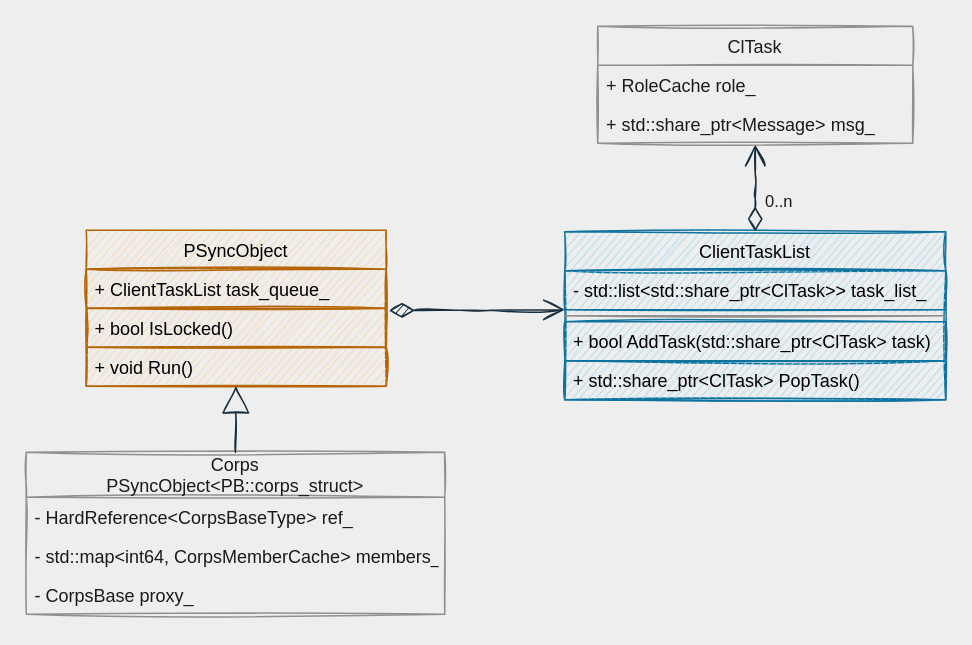
The draw.io diagram page "第 4 页" (4 of 5) of Untitled Diagram.drawio in hsoul/lqua, before the edit. Source tidied: cells renumbered, new cells numbered last; positions are measured from the earlier drawing's top-left corner, leaving out a move shared by most shapes. Both pictures are drawn from the tidied source at 150%, with x=0, y=0 at pixel (26, 26).
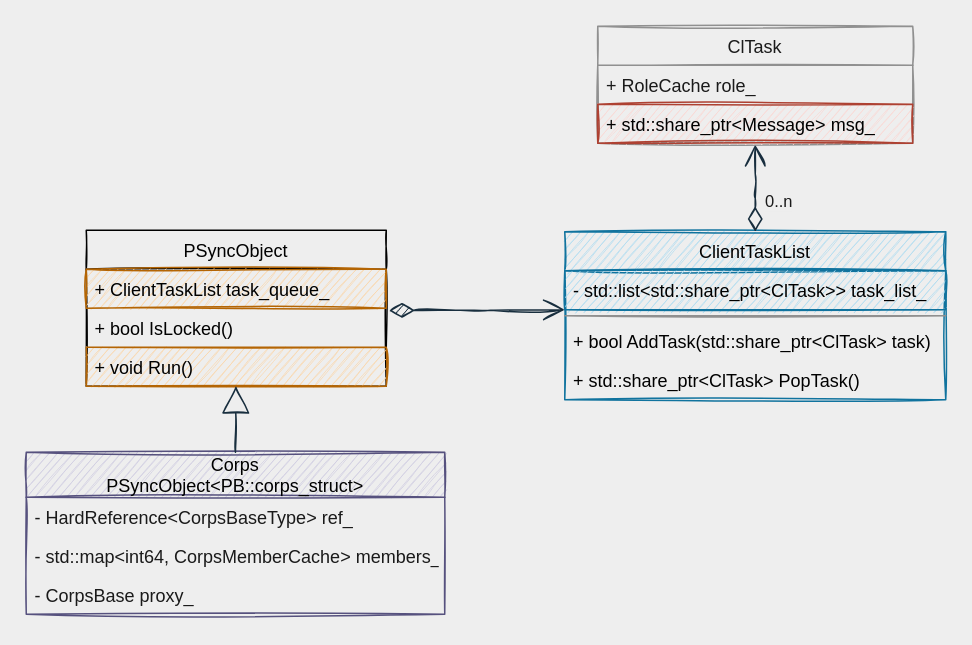
The same page after the edit.

Unchanged cells that the change refers to:
```xml
<mxCell id="6" value="ClientTaskList" style="swimlane;fontStyle=0;horizontal=1;startSize=26;fillColor=#b1ddf0;shadow=0;fontFamily=Helvetica;fontSize=12;align=center;strokeColor=#10739e;sketch=1;" parent="1" vertex="1">
  <mxGeometry x="359" y="137" width="254" height="112" as="geometry" />
</mxCell>
<mxCell id="11" value="ClTask" style="swimlane;fontStyle=0;horizontal=1;startSize=26;fillColor=none;shadow=0;fontFamily=Helvetica;fontSize=12;align=center;strokeColor=#909090;fontColor=#1A1A1A;sketch=1;" parent="1" vertex="1">
  <mxGeometry x="381" width="210" height="78" as="geometry" />
</mxCell>
```

What changed in the source:
```diff
@@
-    <mxCell id="2" value="Corps&#10;PSyncObject&lt;PB::corps_struct&gt;" style="swimlane;fontStyle=0;horizontal=1;startSize=30;fillColor=none;shadow=0;fontFamily=Helvetica;fontSize=12;align=center;strokeColor=#909090;fontColor=#1A1A1A;sketch=1;" parent="1" vertex="1">
+    <mxCell id="2" value="Corps&#10;PSyncObject&lt;PB::corps_struct&gt;" style="swimlane;fontStyle=0;horizontal=1;startSize=30;fillColor=#d0cee2;shadow=0;fontFamily=Helvetica;fontSize=12;align=center;strokeColor=#56517e;sketch=1;" parent="1" vertex="1">
       <mxGeometry y="284" width="279" height="108" as="geometry" />
     </mxCell>
@@
-    <mxCell id="9" value="+ bool AddTask(std::share_ptr&lt;ClTask&gt; task)" style="text;strokeColor=#10739e;fillColor=#b1ddf0;align=left;verticalAlign=top;spacingLeft=4;spacingRight=4;overflow=hidden;sketch=1;" parent="6" vertex="1">
+    <mxCell id="9" value="+ bool AddTask(std::share_ptr&lt;ClTask&gt; task)" style="text;fillColor=none;align=left;verticalAlign=top;spacingLeft=4;spacingRight=4;overflow=hidden;sketch=1;" parent="6" vertex="1">
       <mxGeometry y="60" width="254" height="26" as="geometry" />
     </mxCell>
-    <mxCell id="10" value="+ std::share_ptr&lt;ClTask&gt; PopTask()" style="text;strokeColor=#10739e;fillColor=#b1ddf0;align=left;verticalAlign=top;spacingLeft=4;spacingRight=4;overflow=hidden;sketch=1;" parent="6" vertex="1">
+    <mxCell id="10" value="+ std::share_ptr&lt;ClTask&gt; PopTask()" style="text;fillColor=none;align=left;verticalAlign=top;spacingLeft=4;spacingRight=4;overflow=hidden;sketch=1;" parent="6" vertex="1">
       <mxGeometry y="86" width="254" height="26" as="geometry" />
     </mxCell>
@@
-    <mxCell id="13" value="+ std::share_ptr&lt;Message&gt; msg_" style="text;strokeColor=none;fillColor=none;align=left;verticalAlign=top;spacingLeft=4;spacingRight=4;overflow=hidden;fontColor=#1A1A1A;sketch=1;" parent="11" vertex="1">
+    <mxCell id="13" value="+ std::share_ptr&lt;Message&gt; msg_" style="text;strokeColor=#ae4132;fillColor=#fad9d5;align=left;verticalAlign=top;spacingLeft=4;spacingRight=4;overflow=hidden;sketch=1;" parent="11" vertex="1">
       <mxGeometry y="52" width="210" height="26" as="geometry" />
     </mxCell>
-    <mxCell id="14" value="PSyncObject" style="swimlane;fontStyle=0;horizontal=1;startSize=26;fillColor=#fad7ac;shadow=0;fontFamily=Helvetica;fontSize=12;align=center;strokeColor=#b46504;sketch=1;" parent="1" vertex="1">
+    <mxCell id="14" value="PSyncObject" style="swimlane;fontStyle=0;horizontal=1;startSize=26;fillColor=none;shadow=0;fontFamily=Helvetica;fontSize=12;align=center;sketch=1;" parent="1" vertex="1">
       <mxGeometry x="40" y="136" width="200" height="104" as="geometry" />
     </mxCell>
@@
-    <mxCell id="16" value="+ bool IsLocked()" style="text;strokeColor=#b46504;fillColor=#fad7ac;align=left;verticalAlign=top;spacingLeft=4;spacingRight=4;overflow=hidden;points=[[0,0.5],[1,0.5]];portConstraint=eastwest;sketch=1;" parent="14" vertex="1">
+    <mxCell id="16" value="+ bool IsLocked()" style="text;align=left;verticalAlign=top;spacingLeft=4;spacingRight=4;overflow=hidden;points=[[0,0.5],[1,0.5]];portConstraint=eastwest;sketch=1;" parent="14" vertex="1">
       <mxGeometry y="52" width="200" height="26" as="geometry" />
     </mxCell>
```
